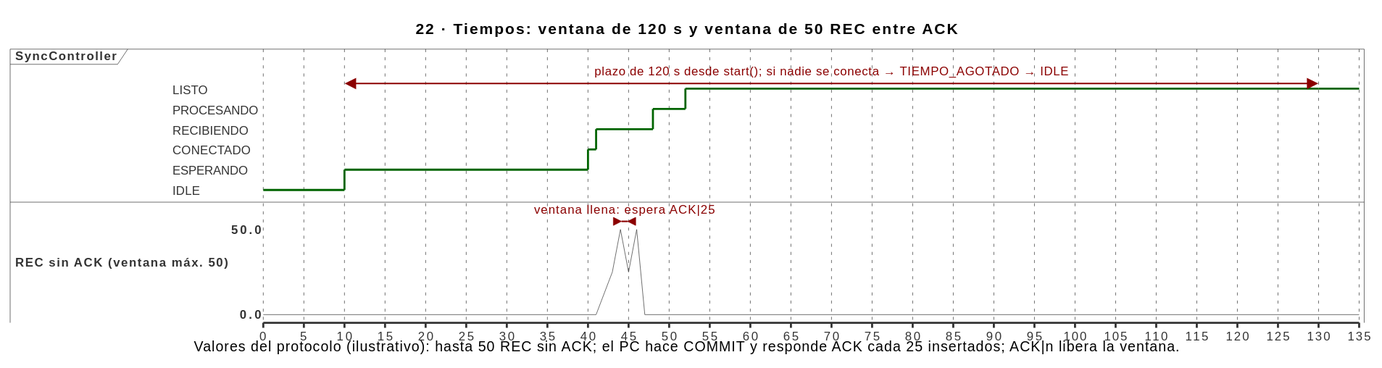
Above: docs/img/uml/22-tiempos.svg in sebas-archive/kardex-bt (PlantUML), before the change. The source it was exported from:
```plantuml
@startuml
!include estilo.iuml
title 22 · Tiempos: ventana de 120 s y ventana de 50 REC entre ACK
scale 5 as 40 pixels

robust "SyncController" as C
analog "REC sin ACK (ventana máx. 50)" between 0 and 50 as W

@0
C is IDLE
W is 0

@10
C is ESPERANDO

@40
C is CONECTADO

@41
C is RECIBIENDO
W is 0

@43
W is 25

@44
W is 50

@45
W is 25

@46
W is 50

@47
W is 0

@48
C is PROCESANDO

@52
C is LISTO

@130
C is LISTO

C@10 <-> @130 : plazo de 120 s desde start(); si nadie se conecta → TIEMPO_AGOTADO → IDLE
W@44 <-> @45 : ventana llena: espera ACK|25

caption Valores del protocolo (ilustrativo): hasta 50 REC sin ACK; el PC hace COMMIT y responde ACK cada 25 insertados; ACK|n libera la ventana.
@enduml
```
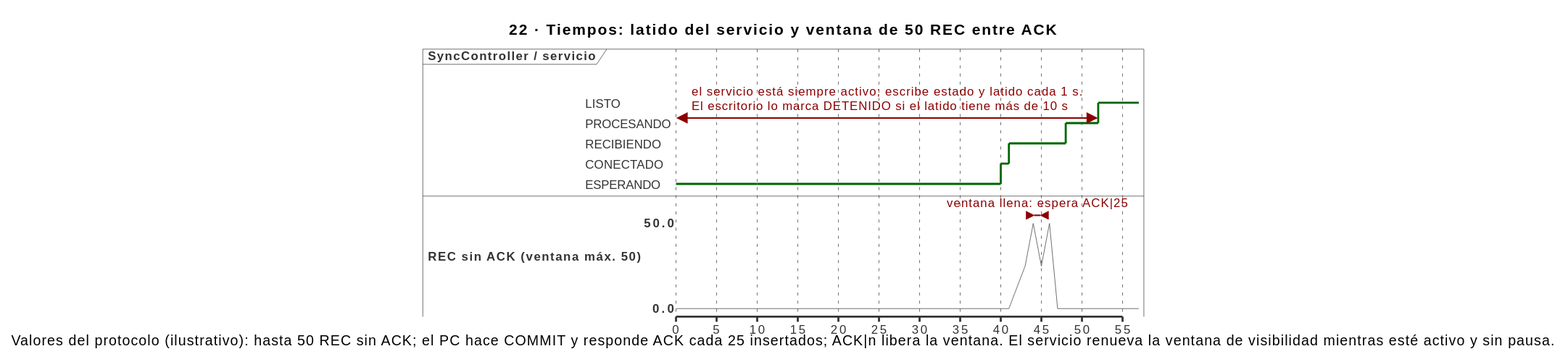
After the change.

The edit, as a diff of the source:
```diff
@@ -1,13 +1,13 @@
 @startuml
 !include estilo.iuml
-title 22 · Tiempos: ventana de 120 s y ventana de 50 REC entre ACK
+title 22 · Tiempos: latido del servicio y ventana de 50 REC entre ACK
 scale 5 as 40 pixels
 
-robust "SyncController" as C
+robust "SyncController / servicio" as C
 analog "REC sin ACK (ventana máx. 50)" between 0 and 50 as W
 
 @0
-C is IDLE
+C is ESPERANDO
 W is 0
 
 @10
@@ -41,11 +41,8 @@
 @52
 C is LISTO
 
-@130
-C is LISTO
-
-C@10 <-> @130 : plazo de 120 s desde start(); si nadie se conecta → TIEMPO_AGOTADO → IDLE
+C@0 <-> @52 : el servicio está siempre activo; escribe estado y latido cada 1 s.\nEl escritorio lo marca DETENIDO si el latido tiene más de 10 s
 W@44 <-> @45 : ventana llena: espera ACK|25
 
-caption Valores del protocolo (ilustrativo): hasta 50 REC sin ACK; el PC hace COMMIT y responde ACK cada 25 insertados; ACK|n libera la ventana.
+caption Valores del protocolo (ilustrativo): hasta 50 REC sin ACK; el PC hace COMMIT y responde ACK cada 25 insertados; ACK|n libera la ventana. El servicio renueva la ventana de visibilidad mientras esté activo y sin pausa.
 @enduml
```
